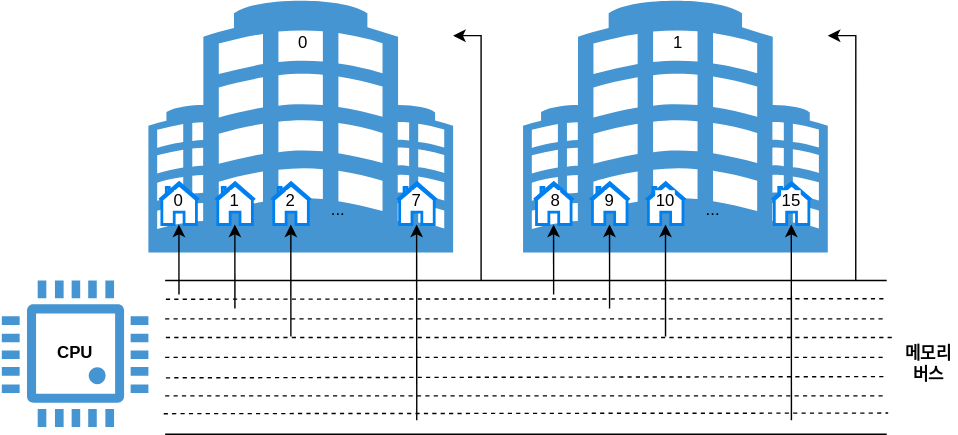
cs-study-org/cs-study keeps this draw.io diagram as 03/yongki/assets/memory64.drawio.svg. Above is the earlier version. Source tidied: cells renumbered, new cells last; positions are measured from the earlier drawing's top-left corner, leaving out a move shared by most shapes.
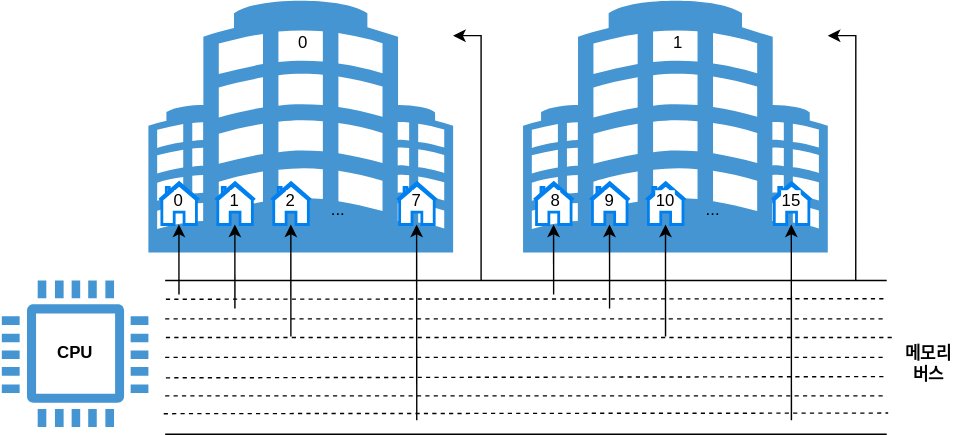
The same diagram one commit later.

The edit, as a diff of the source:
```diff
@@ -160,7 +160,7 @@
         </Array>
       </mxGeometry>
     </mxCell>
-    <mxCell id="42" style="shadow=0;dashed=0;html=1;strokeColor=none;fillColor=#4495D1;labelPosition=center;verticalLabelPosition=bottom;verticalAlign=top;align=center;shape=mxgraph.veeam.cpu;" parent="1" vertex="1">
+    <mxCell id="42" style="shadow=0;dashed=0;html=1;strokeColor=none;fillColor=#4495D1;labelPosition=center;verticalLabelPosition=bottom;verticalAlign=top;align=center;shape=(stored shape, 1108 characters);" parent="1" vertex="1">
       <mxGeometry x="0.3" y="200" width="104.8" height="104.8" as="geometry" />
     </mxCell>
     <mxCell id="43" value="&lt;b&gt;CPU&lt;/b&gt;" style="text;html=1;strokeColor=none;fillColor=none;align=center;verticalAlign=middle;whiteSpace=wrap;rounded=0;" parent="1" vertex="1">
```
